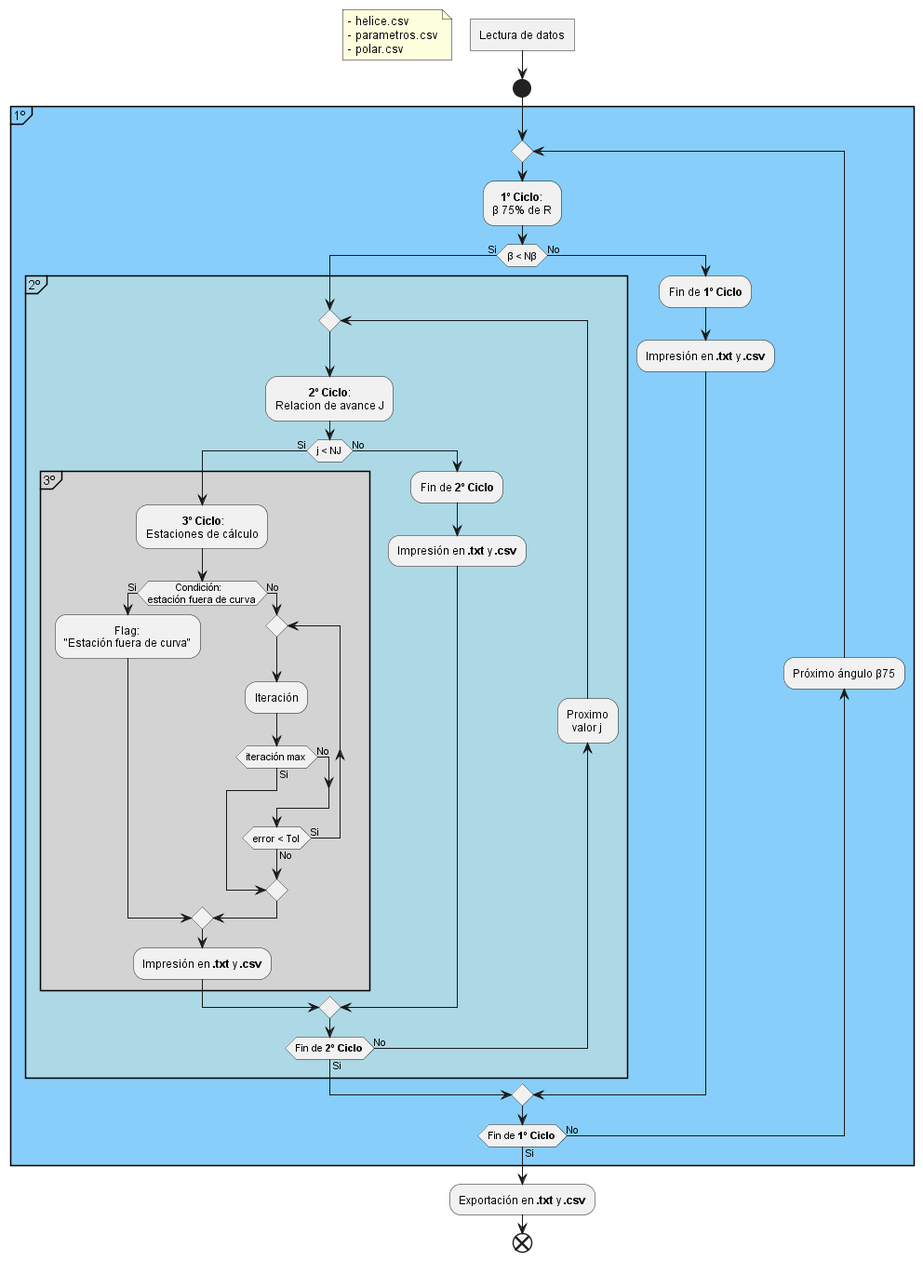
Earlier version of the PlantUML export Images/Helian-diagrama_de_flujo.png (MartinPepa/Aero-II-codigos).
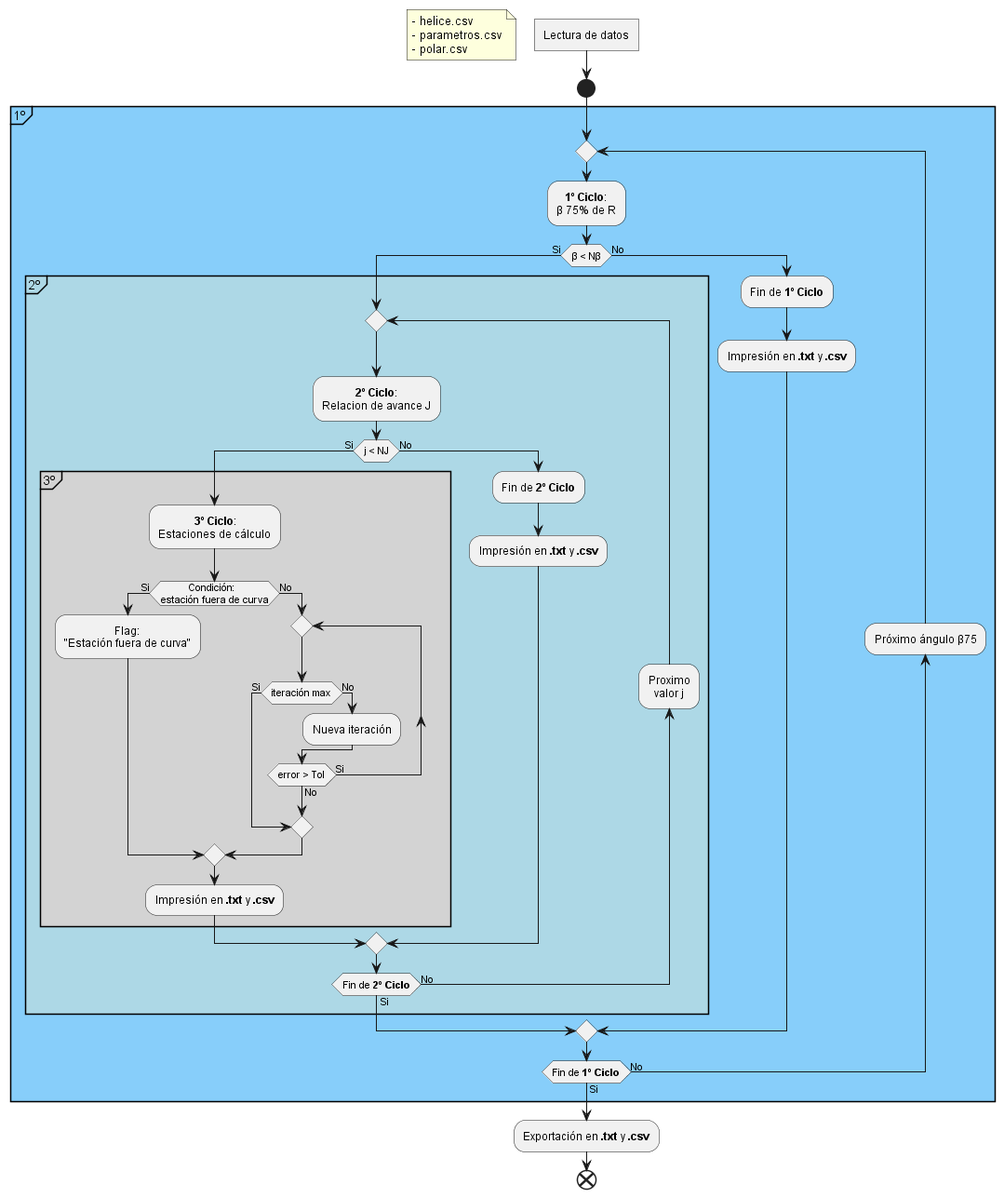
After the change.

The edit, as a diff of the source:
```diff
@@ -24,12 +24,12 @@
                         :\t\t  Flag:\n"Estación fuera de curva";
                     else (No)
                         repeat
-                            :Iteración;
-                            if (iteración max) then (No)
-                            else (Si)
-                            break
+                            if (iteración max) then (Si)
+                                break
+                            else (No)
+                                :Nueva iteración;
                             endif
-                        repeat while (error < Tol) is (Si) not (No)
+                        repeat while (error > Tol) is (Si) not (No)
                     endif
                     :Impresión en **.txt** y **.csv**;
                 }
```
